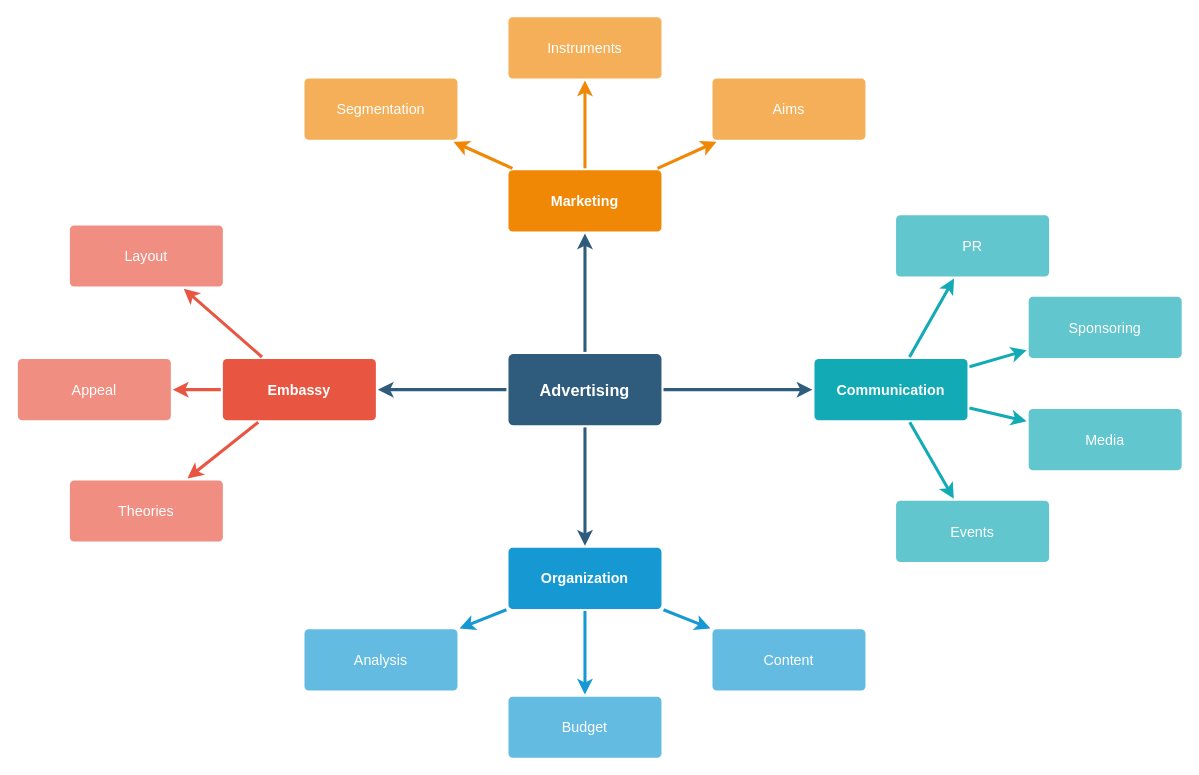
GIS142857/UML keeps this draw.io diagram as Backend Diagram.drawio. Above is the earlier version. Source tidied: cells renumbered, new cells numbered last; positions are measured from the earlier drawing's top-left corner, leaving out a move shared by most shapes. Both pictures are drawn from the tidied source at 102%, with x=0, y=0 at pixel (17, 16).
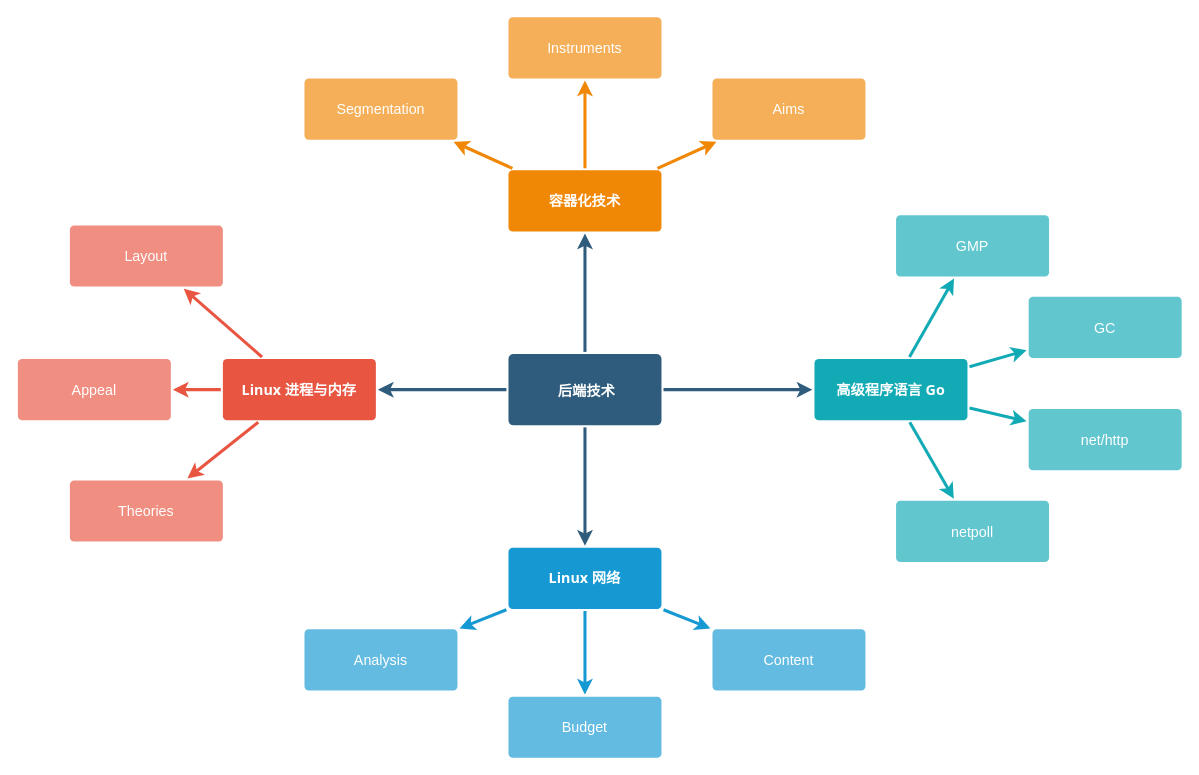
The same page after the edit.

Change to the diagram source:
```diff
@@
-    <mxCell id="6" value="Advertising" style="rounded=1;whiteSpace=wrap;html=1;shadow=0;labelBackgroundColor=none;strokeColor=none;strokeWidth=3;fillColor=#2F5B7C;fontFamily=Helvetica;fontSize=16;fontColor=#FFFFFF;align=center;fontStyle=1;spacing=5;arcSize=7;perimeterSpacing=2;" parent="1" vertex="1">
+    <mxCell id="6" value="&lt;span style=&quot;font-family: Tahoma; font-size: 14px; text-wrap-mode: nowrap;&quot;&gt;&amp;nbsp;后端技术&lt;/span&gt;" style="rounded=1;whiteSpace=wrap;html=1;shadow=0;labelBackgroundColor=none;strokeColor=none;strokeWidth=3;fillColor=#2F5B7C;fontFamily=Helvetica;fontSize=16;fontColor=#FFFFFF;align=center;fontStyle=1;spacing=5;arcSize=7;perimeterSpacing=2;" parent="1" vertex="1">
       <mxGeometry x="481" y="330.5" width="150" height="70" as="geometry" />
     </mxCell>
@@
-    <mxCell id="10" value="Embassy" style="rounded=1;whiteSpace=wrap;html=1;shadow=0;labelBackgroundColor=none;strokeColor=none;strokeWidth=3;fillColor=#e85642;fontFamily=Helvetica;fontSize=14;fontColor=#FFFFFF;align=center;spacing=5;fontStyle=1;arcSize=7;perimeterSpacing=2;" parent="1" vertex="1">
+    <mxCell id="10" value="&lt;span style=&quot;font-family: Tahoma; text-wrap-mode: nowrap;&quot;&gt;Linux 进程与内存&lt;/span&gt;" style="rounded=1;whiteSpace=wrap;html=1;shadow=0;labelBackgroundColor=none;strokeColor=none;strokeWidth=3;fillColor=#e85642;fontFamily=Helvetica;fontSize=14;fontColor=#FFFFFF;align=center;spacing=5;fontStyle=1;arcSize=7;perimeterSpacing=2;" parent="1" vertex="1">
       <mxGeometry x="201" y="335.5" width="150" height="60" as="geometry" />
     </mxCell>
@@
-    <mxCell id="17" value="Organization" style="rounded=1;whiteSpace=wrap;html=1;shadow=0;labelBackgroundColor=none;strokeColor=none;strokeWidth=3;fillColor=#1699d3;fontFamily=Helvetica;fontSize=14;fontColor=#FFFFFF;align=center;spacing=5;fontStyle=1;arcSize=7;perimeterSpacing=2;" parent="1" vertex="1">
+    <mxCell id="17" value="&lt;span style=&quot;font-family: Tahoma; text-wrap-mode: nowrap;&quot;&gt;Linux 网络&lt;/span&gt;" style="rounded=1;whiteSpace=wrap;html=1;shadow=0;labelBackgroundColor=none;strokeColor=none;strokeWidth=3;fillColor=#1699d3;fontFamily=Helvetica;fontSize=14;fontColor=#FFFFFF;align=center;spacing=5;fontStyle=1;arcSize=7;perimeterSpacing=2;" parent="1" vertex="1">
       <mxGeometry x="481" y="520.5" width="150" height="60" as="geometry" />
     </mxCell>
@@
-    <mxCell id="21" value="Marketing" style="rounded=1;whiteSpace=wrap;html=1;shadow=0;labelBackgroundColor=none;strokeColor=none;strokeWidth=3;fillColor=#F08705;fontFamily=Helvetica;fontSize=14;fontColor=#FFFFFF;align=center;spacing=5;fontStyle=1;arcSize=7;perimeterSpacing=2;" parent="1" vertex="1">
+    <mxCell id="21" value="&lt;span style=&quot;font-family: Tahoma; text-wrap-mode: nowrap;&quot;&gt;容器化技术&lt;/span&gt;" style="rounded=1;whiteSpace=wrap;html=1;shadow=0;labelBackgroundColor=none;strokeColor=none;strokeWidth=3;fillColor=#F08705;fontFamily=Helvetica;fontSize=14;fontColor=#FFFFFF;align=center;spacing=5;fontStyle=1;arcSize=7;perimeterSpacing=2;" parent="1" vertex="1">
       <mxGeometry x="481" y="150.5" width="150" height="60" as="geometry" />
     </mxCell>
@@
-    <mxCell id="28" value="Communication" style="rounded=1;whiteSpace=wrap;html=1;shadow=0;labelBackgroundColor=none;strokeColor=none;strokeWidth=3;fillColor=#12aab5;fontFamily=Helvetica;fontSize=14;fontColor=#FFFFFF;align=center;spacing=5;fontStyle=1;arcSize=7;perimeterSpacing=2;" parent="1" vertex="1">
+    <mxCell id="28" value="&lt;span style=&quot;font-family: Tahoma; text-wrap-mode: nowrap;&quot;&gt;高级程序语言 Go&lt;/span&gt;" style="rounded=1;whiteSpace=wrap;html=1;shadow=0;labelBackgroundColor=none;strokeColor=none;strokeWidth=3;fillColor=#12aab5;fontFamily=Helvetica;fontSize=14;fontColor=#FFFFFF;align=center;spacing=5;fontStyle=1;arcSize=7;perimeterSpacing=2;" parent="1" vertex="1">
       <mxGeometry x="781" y="335.5" width="150" height="60" as="geometry" />
     </mxCell>
-    <mxCell id="29" value="Events" style="rounded=1;whiteSpace=wrap;html=1;shadow=0;labelBackgroundColor=none;strokeColor=none;strokeWidth=3;fillColor=#61c6ce;fontFamily=Helvetica;fontSize=14;fontColor=#FFFFFF;align=center;spacing=5;fontStyle=0;arcSize=7;perimeterSpacing=2;" parent="1" vertex="1">
+    <mxCell id="29" value="netpoll" style="rounded=1;whiteSpace=wrap;html=1;shadow=0;labelBackgroundColor=none;strokeColor=none;strokeWidth=3;fillColor=#61c6ce;fontFamily=Helvetica;fontSize=14;fontColor=#FFFFFF;align=center;spacing=5;fontStyle=0;arcSize=7;perimeterSpacing=2;" parent="1" vertex="1">
       <mxGeometry x="861" y="474.5" width="150" height="60" as="geometry" />
     </mxCell>
@@
-    <mxCell id="31" value="Media" style="rounded=1;whiteSpace=wrap;html=1;shadow=0;labelBackgroundColor=none;strokeColor=none;strokeWidth=3;fillColor=#61c6ce;fontFamily=Helvetica;fontSize=14;fontColor=#FFFFFF;align=center;spacing=5;fontStyle=0;arcSize=7;perimeterSpacing=2;" parent="1" vertex="1">
+    <mxCell id="31" value="net/http" style="rounded=1;whiteSpace=wrap;html=1;shadow=0;labelBackgroundColor=none;strokeColor=none;strokeWidth=3;fillColor=#61c6ce;fontFamily=Helvetica;fontSize=14;fontColor=#FFFFFF;align=center;spacing=5;fontStyle=0;arcSize=7;perimeterSpacing=2;" parent="1" vertex="1">
       <mxGeometry x="991" y="384.5" width="150" height="60" as="geometry" />
     </mxCell>
@@
-    <mxCell id="33" value="Sponsoring" style="rounded=1;whiteSpace=wrap;html=1;shadow=0;labelBackgroundColor=none;strokeColor=none;strokeWidth=3;fillColor=#61c6ce;fontFamily=Helvetica;fontSize=14;fontColor=#FFFFFF;align=center;spacing=5;fontStyle=0;arcSize=7;perimeterSpacing=2;" parent="1" vertex="1">
+    <mxCell id="33" value="GC" style="rounded=1;whiteSpace=wrap;html=1;shadow=0;labelBackgroundColor=none;strokeColor=none;strokeWidth=3;fillColor=#61c6ce;fontFamily=Helvetica;fontSize=14;fontColor=#FFFFFF;align=center;spacing=5;fontStyle=0;arcSize=7;perimeterSpacing=2;" parent="1" vertex="1">
       <mxGeometry x="991" y="274.5" width="150" height="60" as="geometry" />
     </mxCell>
@@
-    <mxCell id="35" value="PR" style="rounded=1;whiteSpace=wrap;html=1;shadow=0;labelBackgroundColor=none;strokeColor=none;strokeWidth=3;fillColor=#61c6ce;fontFamily=Helvetica;fontSize=14;fontColor=#FFFFFF;align=center;spacing=5;fontStyle=0;arcSize=7;perimeterSpacing=2;" parent="1" vertex="1">
+    <mxCell id="35" value="GMP" style="rounded=1;whiteSpace=wrap;html=1;shadow=0;labelBackgroundColor=none;strokeColor=none;strokeWidth=3;fillColor=#61c6ce;fontFamily=Helvetica;fontSize=14;fontColor=#FFFFFF;align=center;spacing=5;fontStyle=0;arcSize=7;perimeterSpacing=2;" parent="1" vertex="1">
       <mxGeometry x="861" y="194.5" width="150" height="60" as="geometry" />
     </mxCell>
```
